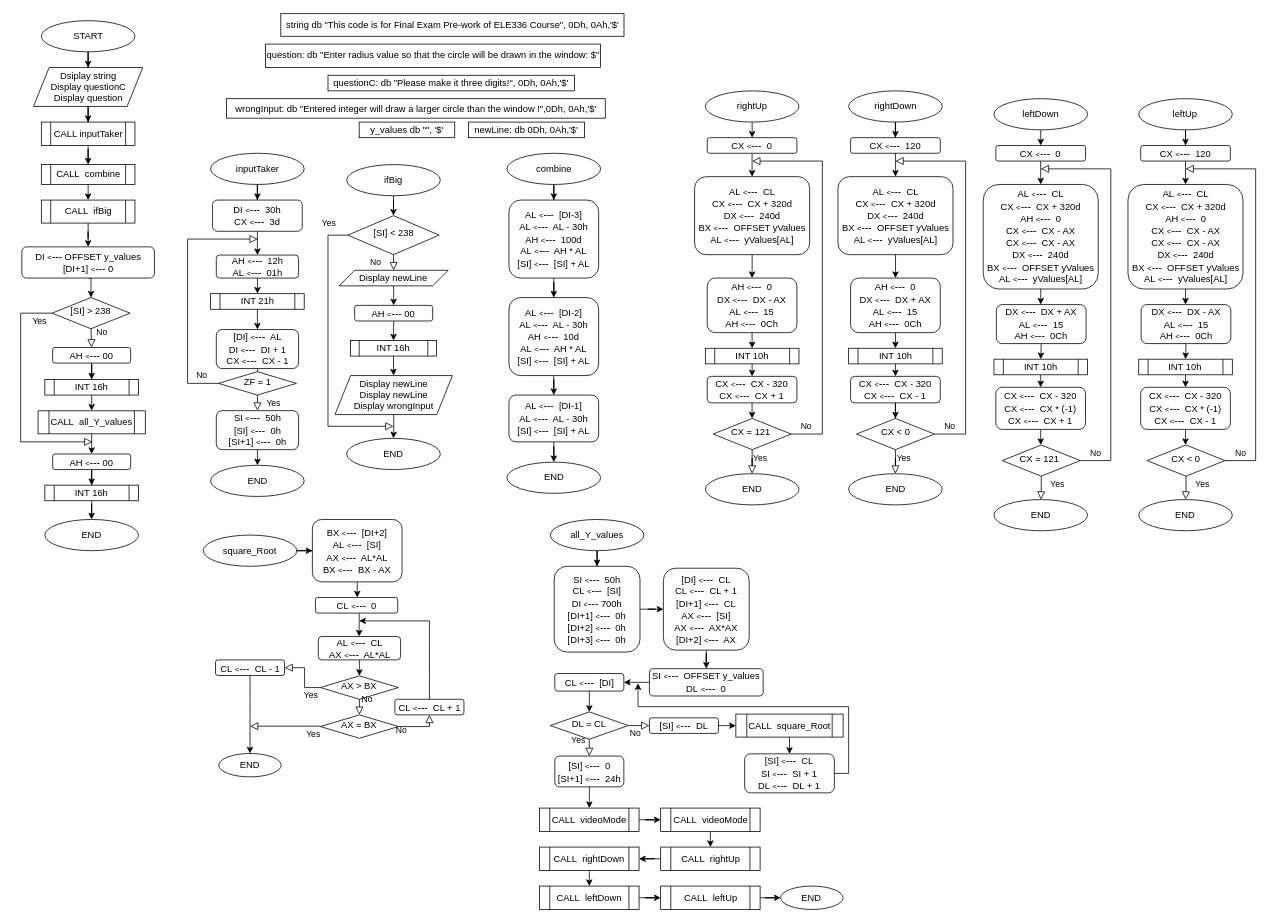
Before: finalQ1.drawio in mmuurraatt/My-Projects-On-Github, a draw.io diagram. Source tidied: cells renumbered, new cells numbered last; positions are measured from the earlier drawing's top-left corner, leaving out a move shared by most shapes. Both pictures are drawn from the tidied source at 78%, with x=0, y=0 at pixel (20, 13).
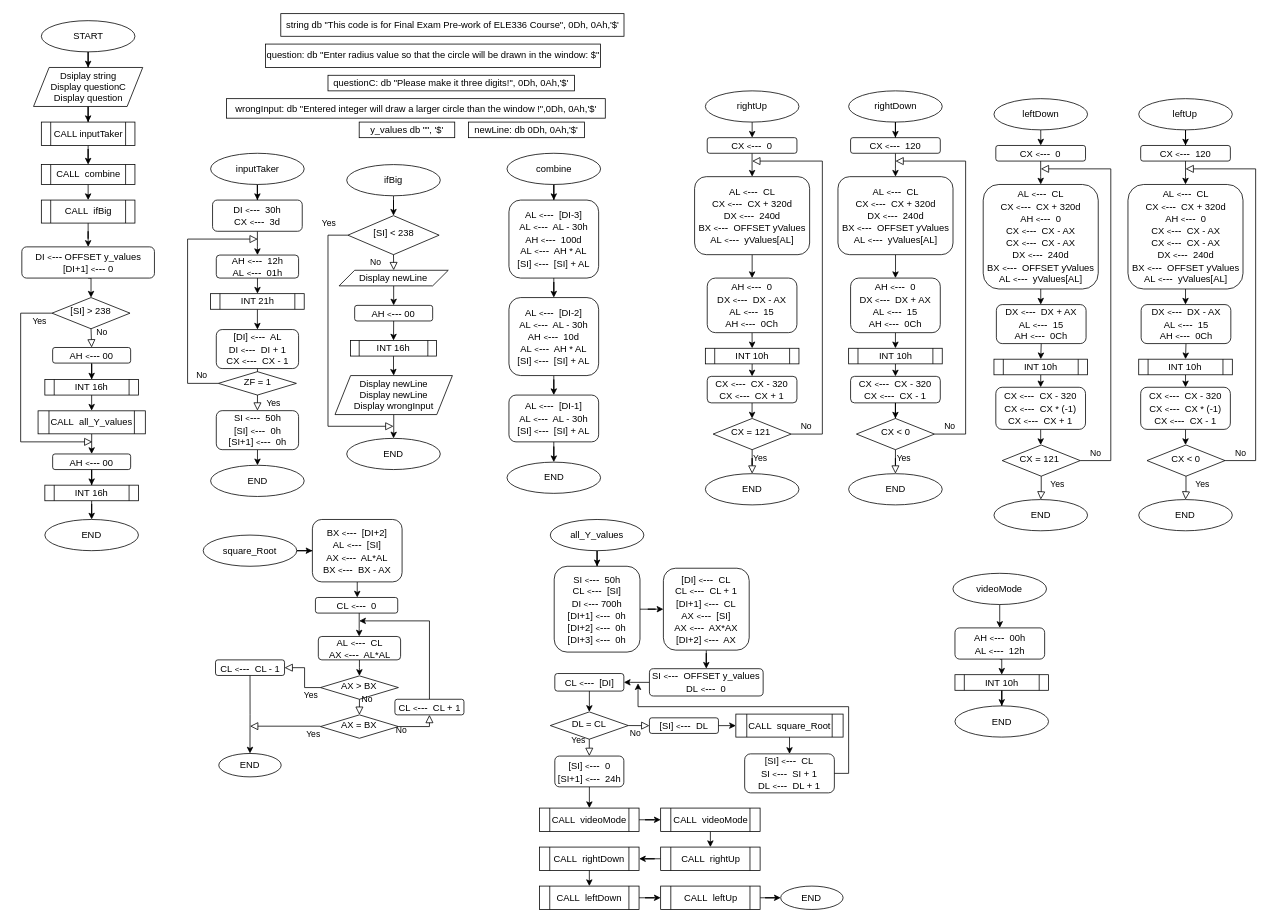
Above is the later version.

Change to the diagram source:
```diff
@@
+    <mxCell id="191" style="edgeStyle=orthogonalEdgeStyle;rounded=0;jettySize=auto;html=1;" parent="1" edge="1" source="192" target="194">
+      <mxGeometry relative="1" as="geometry" />
+    </mxCell>
+    <mxCell id="192" value="videoMode" style="ellipse;whiteSpace=wrap;html=1;" parent="1" vertex="1">
+      <mxGeometry x="1195.2" y="717.5" width="120" height="40" as="geometry" />
+    </mxCell>
+    <mxCell id="193" style="edgeStyle=orthogonalEdgeStyle;rounded=0;jettySize=auto;html=1;exitX=0.5;exitY=1;exitDx=0;exitDy=0;entryX=0.5;entryY=0;entryDx=0;entryDy=0;" parent="1" edge="1" source="194" target="197">
+      <mxGeometry relative="1" as="geometry" />
+    </mxCell>
+    <mxCell id="194" value="AH&amp;nbsp;&lt;font style=&quot;font-size: 10px&quot;&gt;&amp;lt;&lt;/font&gt;&lt;font style=&quot;font-size: 13px&quot;&gt;---&lt;/font&gt;&amp;nbsp; 00h&lt;br&gt;AL&amp;nbsp;&lt;font style=&quot;font-size: 10px&quot;&gt;&amp;lt;&lt;/font&gt;&lt;font style=&quot;font-size: 13px&quot;&gt;---&lt;/font&gt;&amp;nbsp; 12h" style="rounded=1;whiteSpace=wrap;html=1;fontSize=12;glass=0;strokeWidth=1;shadow=0;" parent="1" vertex="1">
+      <mxGeometry x="1197.8" y="787.5" width="115" height="40" as="geometry" />
+    </mxCell>
+    <mxCell id="195" value="END" style="ellipse;whiteSpace=wrap;html=1;" parent="1" vertex="1">
+      <mxGeometry x="1197.8" y="887.5" width="120" height="40" as="geometry" />
+    </mxCell>
+    <mxCell id="196" style="edgeStyle=orthogonalEdgeStyle;rounded=0;jettySize=auto;html=1;" parent="1" edge="1" source="197" target="195">
+      <mxGeometry relative="1" as="geometry" />
+    </mxCell>
+    <mxCell id="197" value="INT 10h" style="shape=process;whiteSpace=wrap;html=1;backgroundOutline=1;" parent="1" vertex="1">
+      <mxGeometry x="1197.8" y="847.5" width="120" height="20" as="geometry" />
+    </mxCell>
```
